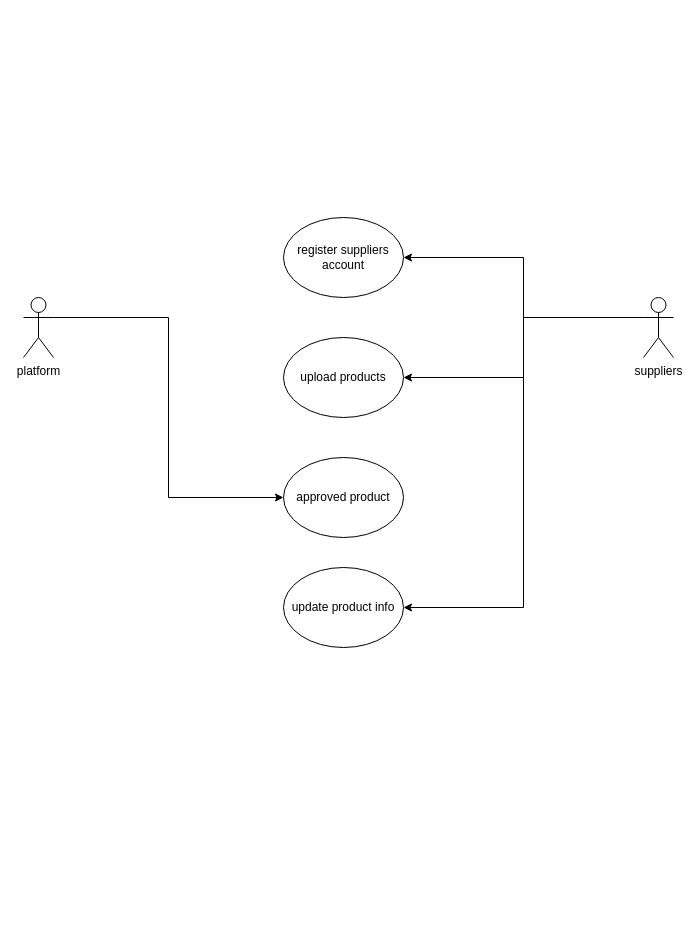
Above: page "Use Case" (1 of 5) of 1 System Analysis Diagram/Use Case_PlatformSuppliers.drawio in CHAITANYA510/QuickMall-eCommerce (draw.io), before the change. Source tidied: cells renumbered, new cells numbered last; positions are measured from the earlier drawing's top-left corner, leaving out a move shared by most shapes. Both pictures are drawn from the tidied source at 100%, with x=0, y=0 at pixel (23, 217).
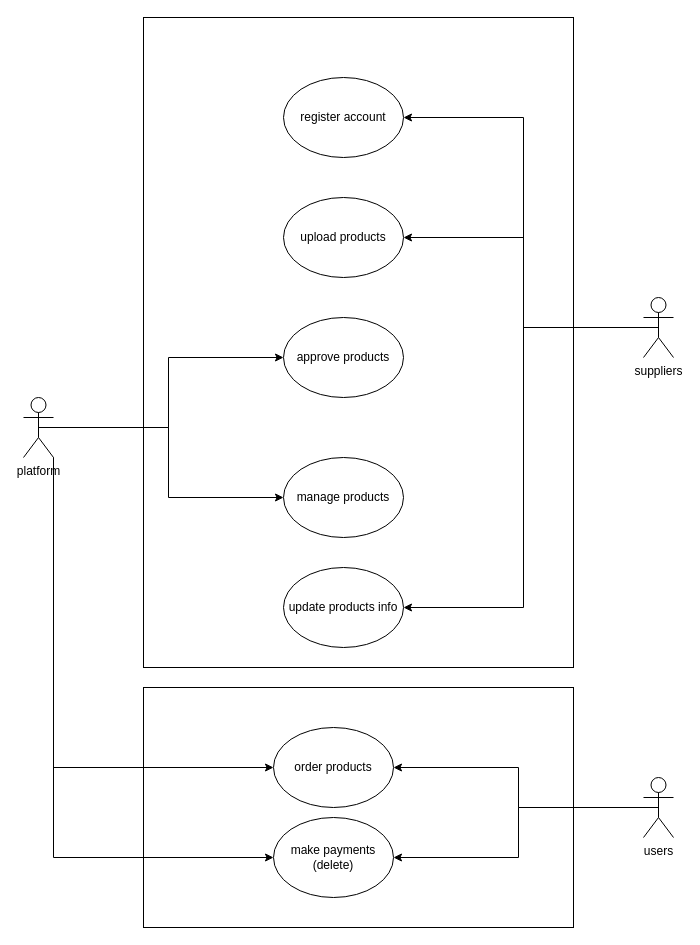
Above is the later version.

The change refers to these unchanged cells:
```xml
<mxCell id="7" value="suppliers" style="shape=umlActor;verticalLabelPosition=bottom;verticalAlign=top;html=1;" parent="1" vertex="1">
  <mxGeometry x="620" y="80" width="30" height="60" as="geometry" />
</mxCell>
```

Change to the diagram source:
```diff
@@
+    <mxCell id="12" style="rounded=0;whiteSpace=wrap;html=1;" parent="1" vertex="1">
+      <mxGeometry x="120" y="470" width="430" height="240" as="geometry" />
+    </mxCell>
+    <mxCell id="13" style="rounded=0;whiteSpace=wrap;html=1;" parent="1" vertex="1">
+      <mxGeometry x="120" y="-200" width="430" height="650" as="geometry" />
+    </mxCell>
-    <mxCell id="2" style="edgeStyle=orthogonalEdgeStyle;rounded=0;jettySize=auto;html=1;exitX=1;exitY=0.3333333333333333;exitDx=0;exitDy=0;exitPerimeter=0;entryX=0;entryY=0.5;entryDx=0;entryDy=0;" parent="1" edge="1" source="3" target="10">
+    <mxCell id="2" style="edgeStyle=orthogonalEdgeStyle;rounded=0;jettySize=auto;html=1;exitX=0.5;exitY=0.5;exitDx=0;exitDy=0;exitPerimeter=0;entryX=0;entryY=0.5;entryDx=0;entryDy=0;" parent="1" edge="1" source="3" target="10">
       <mxGeometry relative="1" as="geometry" />
     </mxCell>
+    <mxCell id="14" style="edgeStyle=orthogonalEdgeStyle;rounded=0;jettySize=auto;html=1;exitX=1;exitY=1;exitDx=0;exitDy=0;exitPerimeter=0;entryX=0;entryY=0.5;entryDx=0;entryDy=0;" parent="1" edge="1" source="3" target="20">
+      <mxGeometry relative="1" as="geometry" />
+    </mxCell>
+    <mxCell id="15" style="edgeStyle=orthogonalEdgeStyle;rounded=0;jettySize=auto;html=1;exitX=1;exitY=1;exitDx=0;exitDy=0;exitPerimeter=0;entryX=0;entryY=0.5;entryDx=0;entryDy=0;" parent="1" edge="1" source="3" target="21">
+      <mxGeometry relative="1" as="geometry" />
+    </mxCell>
+    <mxCell id="16" style="edgeStyle=orthogonalEdgeStyle;rounded=0;jettySize=auto;html=1;exitX=0.5;exitY=0.5;exitDx=0;exitDy=0;exitPerimeter=0;entryX=0;entryY=0.5;entryDx=0;entryDy=0;" parent="1" edge="1" source="3" target="22">
+      <mxGeometry relative="1" as="geometry" />
+    </mxCell>
     <mxCell id="3" value="platform" style="shape=umlActor;verticalLabelPosition=bottom;verticalAlign=top;html=1;" parent="1" vertex="1">
-      <mxGeometry y="80" width="30" height="60" as="geometry" />
+      <mxGeometry y="180" width="30" height="60" as="geometry" />
     </mxCell>
-    <mxCell id="4" style="edgeStyle=orthogonalEdgeStyle;rounded=0;jettySize=auto;html=1;exitX=0;exitY=0.3333333333333333;exitDx=0;exitDy=0;exitPerimeter=0;entryX=1;entryY=0.5;entryDx=0;entryDy=0;" parent="1" edge="1" source="7" target="8">
+    <mxCell id="4" style="edgeStyle=orthogonalEdgeStyle;rounded=0;jettySize=auto;html=1;exitX=0.5;exitY=0.5;exitDx=0;exitDy=0;exitPerimeter=0;entryX=1;entryY=0.5;entryDx=0;entryDy=0;" parent="1" edge="1" source="7" target="8">
       <mxGeometry relative="1" as="geometry" />
     </mxCell>
-    <mxCell id="5" style="edgeStyle=orthogonalEdgeStyle;rounded=0;jettySize=auto;html=1;exitX=0;exitY=0.3333333333333333;exitDx=0;exitDy=0;exitPerimeter=0;entryX=1;entryY=0.5;entryDx=0;entryDy=0;" parent="1" edge="1" source="7" target="9">
+    <mxCell id="5" style="edgeStyle=orthogonalEdgeStyle;rounded=0;jettySize=auto;html=1;exitX=0.5;exitY=0.5;exitDx=0;exitDy=0;exitPerimeter=0;entryX=1;entryY=0.5;entryDx=0;entryDy=0;" parent="1" edge="1" source="7" target="9">
       <mxGeometry relative="1" as="geometry" />
     </mxCell>
-    <mxCell id="6" style="edgeStyle=orthogonalEdgeStyle;rounded=0;jettySize=auto;html=1;exitX=0;exitY=0.3333333333333333;exitDx=0;exitDy=0;exitPerimeter=0;entryX=1;entryY=0.5;entryDx=0;entryDy=0;" parent="1" edge="1" source="7" target="11">
+    <mxCell id="6" style="edgeStyle=orthogonalEdgeStyle;rounded=0;jettySize=auto;html=1;exitX=0.5;exitY=0.5;exitDx=0;exitDy=0;exitPerimeter=0;entryX=1;entryY=0.5;entryDx=0;entryDy=0;" parent="1" edge="1" source="7" target="11">
       <mxGeometry relative="1" as="geometry" />
     </mxCell>
@@
-    <mxCell id="8" value="register suppliers account" style="ellipse;whiteSpace=wrap;html=1;" parent="1" vertex="1">
-      <mxGeometry x="260" width="120" height="80" as="geometry" />
+    <mxCell id="8" value="register account" style="ellipse;whiteSpace=wrap;html=1;" parent="1" vertex="1">
+      <mxGeometry x="260" y="-140" width="120" height="80" as="geometry" />
     </mxCell>
     <mxCell id="9" value="upload products" style="ellipse;whiteSpace=wrap;html=1;" parent="1" vertex="1">
-      <mxGeometry x="260" y="120" width="120" height="80" as="geometry" />
+      <mxGeometry x="260" y="-20" width="120" height="80" as="geometry" />
     </mxCell>
-    <mxCell id="10" value="approved product" style="ellipse;whiteSpace=wrap;html=1;" parent="1" vertex="1">
+    <mxCell id="10" value="manage products" style="ellipse;whiteSpace=wrap;html=1;" parent="1" vertex="1">
       <mxGeometry x="260" y="240" width="120" height="80" as="geometry" />
     </mxCell>
-    <mxCell id="11" value="update product info" style="ellipse;whiteSpace=wrap;html=1;" parent="1" vertex="1">
+    <mxCell id="11" value="update products info" style="ellipse;whiteSpace=wrap;html=1;" parent="1" vertex="1">
       <mxGeometry x="260" y="350" width="120" height="80" as="geometry" />
     </mxCell>
+    <mxCell id="17" style="edgeStyle=orthogonalEdgeStyle;rounded=0;jettySize=auto;html=1;exitX=0.5;exitY=0.5;exitDx=0;exitDy=0;exitPerimeter=0;entryX=1;entryY=0.5;entryDx=0;entryDy=0;" parent="1" edge="1" source="19" target="20">
+      <mxGeometry relative="1" as="geometry" />
+    </mxCell>
+    <mxCell id="18" style="edgeStyle=orthogonalEdgeStyle;rounded=0;jettySize=auto;html=1;exitX=0.5;exitY=0.5;exitDx=0;exitDy=0;exitPerimeter=0;entryX=1;entryY=0.5;entryDx=0;entryDy=0;" parent="1" edge="1" source="19" target="21">
+      <mxGeometry relative="1" as="geometry" />
+    </mxCell>
+    <mxCell id="19" value="users" style="shape=umlActor;verticalLabelPosition=bottom;verticalAlign=top;html=1;" parent="1" vertex="1">
+      <mxGeometry x="620" y="560" width="30" height="60" as="geometry" />
+    </mxCell>
+    <mxCell id="20" value="order products" style="ellipse;whiteSpace=wrap;html=1;" parent="1" vertex="1">
+      <mxGeometry x="250" y="510" width="120" height="80" as="geometry" />
+    </mxCell>
+    <mxCell id="21" value="make payments (delete)" style="ellipse;whiteSpace=wrap;html=1;" parent="1" vertex="1">
+      <mxGeometry x="250" y="600" width="120" height="80" as="geometry" />
+    </mxCell>
+    <mxCell id="22" value="approve products" style="ellipse;whiteSpace=wrap;html=1;" parent="1" vertex="1">
+      <mxGeometry x="260" y="100" width="120" height="80" as="geometry" />
+    </mxCell>
```
